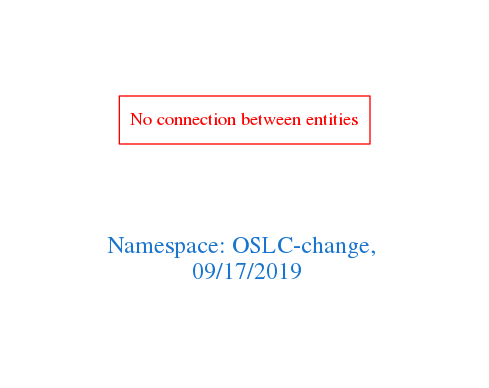
This is downloads/OSLC-change.png from arago/OGIT, a Graphviz export, as it was before one commit. Its source is kept beside it as downloads/OSLC-change.dot.
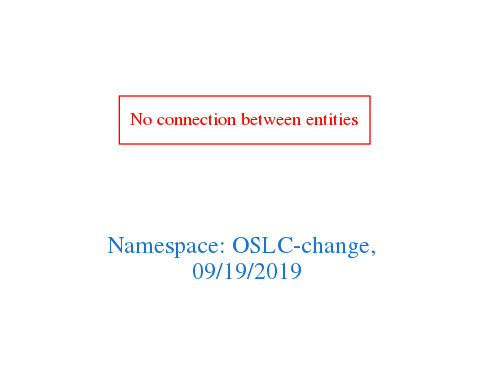
Later version of the same file.

Change to the diagram source:
```diff
@@ -1,7 +1,7 @@
 digraph OGIT_ontology {
  graph [ rankdir= LR,pad=1
 fontsize = 18,
-fontcolor= dodgerblue3,label = "\n\n\nNamespace: OSLC-change, \n 09/17/2019"];
+fontcolor= dodgerblue3,label = "\n\n\nNamespace: OSLC-change, \n 09/19/2019"];
 node[shape=polygon];
 edge [  color="gray81"];
 
```
